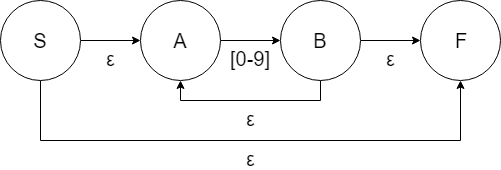
This is scanner/image/nfa_num.png from Orb-H/PLCOMP_Assignment, a draw.io export, as it was before one commit. Source tidied: cells renumbered, new cells last; positions are measured from the earlier drawing's top-left corner, leaving out a move shared by most shapes.
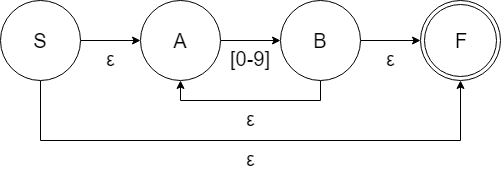
The same diagram one commit later.

What changed in the source:
```diff
@@ -22,7 +22,7 @@
     <mxCell id="6" value="A" style="ellipse;whiteSpace=wrap;html=1;fontSize=20;" parent="1" vertex="1">
       <mxGeometry x="140" width="80" height="80" as="geometry" />
     </mxCell>
-    <mxCell id="7" value="ε" style="edgeStyle=orthogonalEdgeStyle;rounded=0;jettySize=auto;html=1;exitX=1;exitY=0.5;exitDx=0;exitDy=0;fontSize=20;labelPosition=center;verticalLabelPosition=bottom;align=center;verticalAlign=top;" parent="1" edge="1" source="9" target="10">
+    <mxCell id="7" value="ε" style="edgeStyle=orthogonalEdgeStyle;rounded=0;jettySize=auto;html=1;exitX=1;exitY=0.5;exitDx=0;exitDy=0;fontSize=20;labelPosition=center;verticalLabelPosition=bottom;align=center;verticalAlign=top;entryX=0;entryY=0.5;entryDx=0;entryDy=0;" parent="1" edge="1" source="9" target="10">
       <mxGeometry relative="1" as="geometry" />
     </mxCell>
     <mxCell id="8" value="ε" style="edgeStyle=orthogonalEdgeStyle;rounded=0;jettySize=auto;html=1;exitX=0.5;exitY=1;exitDx=0;exitDy=0;entryX=0.5;entryY=1;entryDx=0;entryDy=0;fontSize=20;labelPosition=center;verticalLabelPosition=bottom;align=center;verticalAlign=top;" parent="1" edge="1" source="9" target="6">
@@ -31,7 +31,7 @@
     <mxCell id="9" value="B" style="ellipse;whiteSpace=wrap;html=1;fontSize=20;" parent="1" vertex="1">
       <mxGeometry x="280" width="80" height="80" as="geometry" />
     </mxCell>
-    <mxCell id="10" value="F" style="ellipse;whiteSpace=wrap;html=1;fontSize=20;" parent="1" vertex="1">
+    <mxCell id="10" value="F" style="ellipse;shape=doubleEllipse;whiteSpace=wrap;html=1;fontSize=20;" parent="1" vertex="1">
       <mxGeometry x="420" width="80" height="80" as="geometry" />
     </mxCell>
   </root>
```
